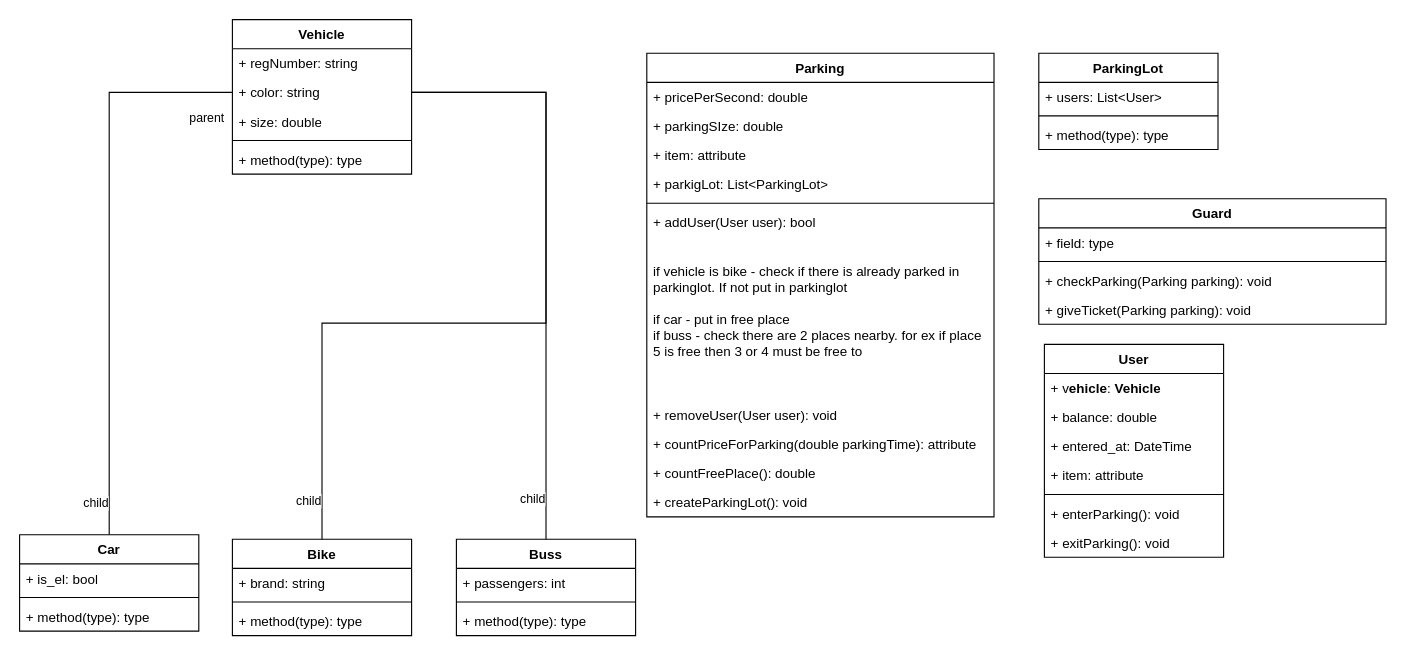
Earlier version of the draw.io diagram Untitled Diagram.drawio (Jamil-Adnan/AssignmentParkinLot). Source tidied: cells renumbered, new cells numbered last; positions are measured from the earlier drawing's top-left corner, leaving out a move shared by most shapes. Both pictures are drawn from the tidied source at 112%, with x=0, y=0 at pixel (19, 19).
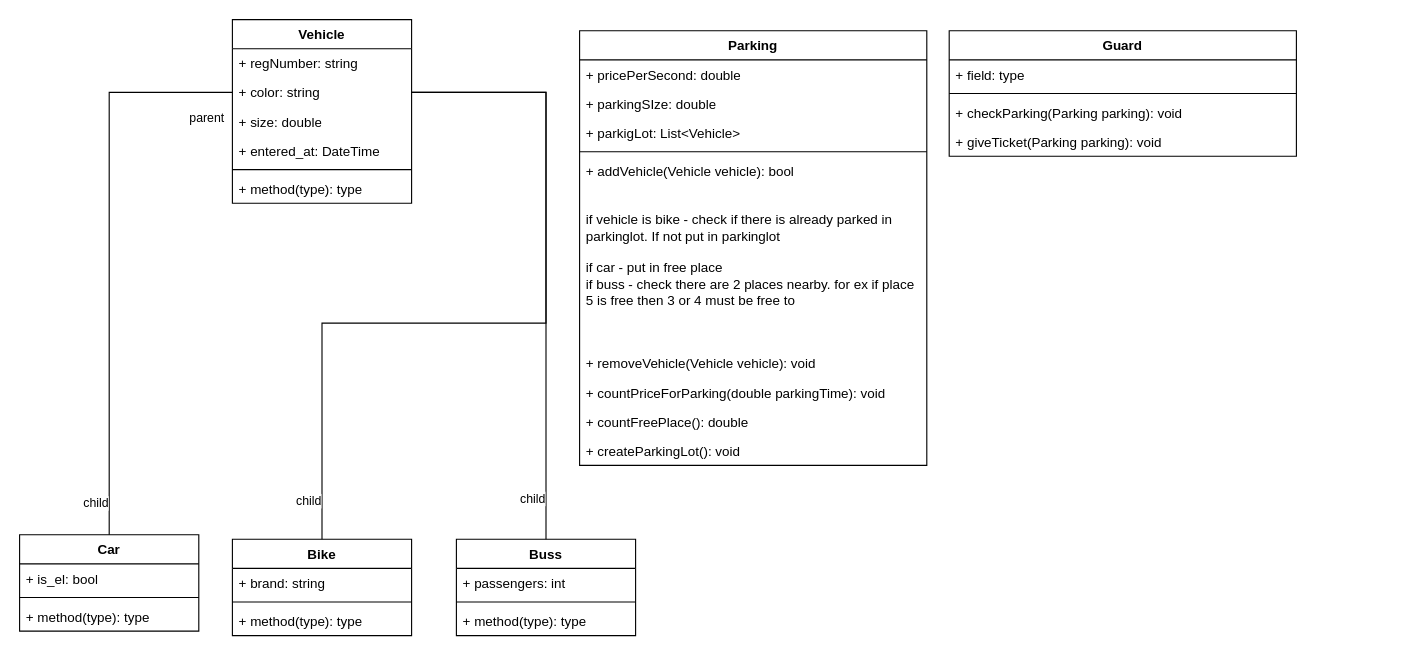
The same diagram, later.

Change to the diagram source:
```diff
@@
     <mxCell id="2" value="Parking" style="swimlane;fontStyle=1;align=center;verticalAlign=top;horizontal=1;startSize=26;whiteSpace=wrap;html=1;" parent="1" vertex="1">
-      <mxGeometry x="560" y="30" width="310" height="414" as="geometry" />
+      <mxGeometry x="500" y="10" width="310" height="388" as="geometry" />
     </mxCell>
@@
-    <mxCell id="5" value="+ item: attribute" style="text;strokeColor=none;fillColor=none;align=left;verticalAlign=top;spacingLeft=4;spacingRight=4;overflow=hidden;whiteSpace=wrap;html=1;" parent="2" vertex="1">
-      <mxGeometry y="78" width="310" height="26" as="geometry" />
-    </mxCell>
-    <mxCell id="6" value="+ parkigLot: List&amp;lt;ParkingLot&amp;gt;" style="text;strokeColor=none;fillColor=none;align=left;verticalAlign=top;spacingLeft=4;spacingRight=4;overflow=hidden;whiteSpace=wrap;html=1;" parent="2" vertex="1">
-      <mxGeometry y="104" width="310" height="26" as="geometry" />
+    <mxCell id="6" value="+ parkigLot: List&amp;lt;Vehicle&amp;gt;" style="text;strokeColor=none;fillColor=none;align=left;verticalAlign=top;spacingLeft=4;spacingRight=4;overflow=hidden;whiteSpace=wrap;html=1;" parent="2" vertex="1">
+      <mxGeometry y="78" width="310" height="26" as="geometry" />
     </mxCell>
     <mxCell id="7" style="line;strokeWidth=1;fillColor=none;align=left;verticalAlign=middle;spacingTop=-1;spacingLeft=3;spacingRight=3;labelPosition=right;strokeColor=inherit;" parent="2" vertex="1">
-      <mxGeometry y="130" width="310" height="8" as="geometry" />
+      <mxGeometry y="104" width="310" height="8" as="geometry" />
     </mxCell>
-    <mxCell id="8" value="+ addUser(User user): bool&lt;div&gt;&lt;span style=&quot;white-space: pre;&quot;&gt;&#9;&lt;/span&gt;&lt;br&gt;&lt;/div&gt;&lt;div&gt;&lt;br&gt;&lt;/div&gt;&lt;div&gt;if vehicle is bike - check if there is already parked in parkinglot. If not put in parkinglot&lt;br&gt;&lt;br&gt;if car - put in free place&lt;/div&gt;&lt;div&gt;if buss - check there are 2 places nearby. for ex if place 5 is free then 3 or 4 must be free to&lt;/div&gt;" style="text;strokeColor=none;fillColor=none;align=left;verticalAlign=top;spacingLeft=4;spacingRight=4;overflow=hidden;whiteSpace=wrap;html=1;" parent="2" vertex="1">
-      <mxGeometry y="138" width="310" height="172" as="geometry" />
+    <mxCell id="8" value="+ addVehicle(Vehicle&amp;nbsp;vehicle): bool&lt;div&gt;&lt;span style=&quot;white-space: pre;&quot;&gt;&#9;&lt;/span&gt;&lt;br&gt;&lt;/div&gt;&lt;div&gt;&lt;br&gt;&lt;/div&gt;&lt;div&gt;if vehicle is bike - check if there is already parked in parkinglot. If not put in parkinglot&lt;br&gt;&lt;br&gt;if car - put in free place&lt;/div&gt;&lt;div&gt;if buss - check there are 2 places nearby. for ex if place 5 is free then 3 or 4 must be free to&lt;/div&gt;" style="text;strokeColor=none;fillColor=none;align=left;verticalAlign=top;spacingLeft=4;spacingRight=4;overflow=hidden;whiteSpace=wrap;html=1;" parent="2" vertex="1">
+      <mxGeometry y="112" width="310" height="172" as="geometry" />
     </mxCell>
-    <mxCell id="9" value="+ removeUser(User user): void&lt;span style=&quot;white-space: pre;&quot;&gt;&#9;&lt;/span&gt;" style="text;strokeColor=none;fillColor=none;align=left;verticalAlign=top;spacingLeft=4;spacingRight=4;overflow=hidden;whiteSpace=wrap;html=1;" parent="2" vertex="1">
-      <mxGeometry y="310" width="310" height="26" as="geometry" />
+    <mxCell id="9" value="+ removeVehicle(Vehicle vehicle): void&lt;span style=&quot;white-space: pre;&quot;&gt;&#9;&lt;/span&gt;" style="text;strokeColor=none;fillColor=none;align=left;verticalAlign=top;spacingLeft=4;spacingRight=4;overflow=hidden;whiteSpace=wrap;html=1;" parent="2" vertex="1">
+      <mxGeometry y="284" width="310" height="26" as="geometry" />
     </mxCell>
-    <mxCell id="10" value="+ countPriceForParking(double parkingTime): attribute" style="text;strokeColor=none;fillColor=none;align=left;verticalAlign=top;spacingLeft=4;spacingRight=4;overflow=hidden;whiteSpace=wrap;html=1;" parent="2" vertex="1">
-      <mxGeometry y="336" width="310" height="26" as="geometry" />
+    <mxCell id="10" value="+ countPriceForParking(double parkingTime): void" style="text;strokeColor=none;fillColor=none;align=left;verticalAlign=top;spacingLeft=4;spacingRight=4;overflow=hidden;whiteSpace=wrap;html=1;" parent="2" vertex="1">
+      <mxGeometry y="310" width="310" height="26" as="geometry" />
     </mxCell>
     <mxCell id="11" value="+ countFreePlace(): double" style="text;strokeColor=none;fillColor=none;align=left;verticalAlign=top;spacingLeft=4;spacingRight=4;overflow=hidden;whiteSpace=wrap;html=1;" parent="2" vertex="1">
-      <mxGeometry y="362" width="310" height="26" as="geometry" />
+      <mxGeometry y="336" width="310" height="26" as="geometry" />
     </mxCell>
     <mxCell id="12" value="+ createParkingLot(): void" style="text;strokeColor=none;fillColor=none;align=left;verticalAlign=top;spacingLeft=4;spacingRight=4;overflow=hidden;whiteSpace=wrap;html=1;" parent="2" vertex="1">
-      <mxGeometry y="388" width="310" height="26" as="geometry" />
+      <mxGeometry y="362" width="310" height="26" as="geometry" />
     </mxCell>
     <mxCell id="13" value="Guard" style="swimlane;fontStyle=1;align=center;verticalAlign=top;horizontal=1;startSize=26;whiteSpace=wrap;html=1;" parent="1" vertex="1">
-      <mxGeometry x="910" y="160" width="310" height="112" as="geometry" />
+      <mxGeometry x="830" y="10" width="310" height="112" as="geometry" />
     </mxCell>
@@
-    <mxCell id="18" value="User" style="swimlane;fontStyle=1;align=center;verticalAlign=top;horizontal=1;startSize=26;whiteSpace=wrap;html=1;" parent="1" vertex="1">
-      <mxGeometry x="915" y="290" width="160" height="190" as="geometry" />
-    </mxCell>
-    <mxCell id="19" value="+ v&lt;span style=&quot;font-weight: 700; text-align: center;&quot;&gt;ehicle&lt;/span&gt;:&amp;nbsp;&lt;span style=&quot;font-weight: 700; text-align: center;&quot;&gt;Vehicle&lt;/span&gt;" style="text;strokeColor=none;fillColor=none;align=left;verticalAlign=top;spacingLeft=4;spacingRight=4;overflow=hidden;whiteSpace=wrap;html=1;" parent="18" vertex="1">
-      <mxGeometry y="26" width="160" height="26" as="geometry" />
-    </mxCell>
-    <mxCell id="20" value="+ balance: double" style="text;strokeColor=none;fillColor=none;align=left;verticalAlign=top;spacingLeft=4;spacingRight=4;overflow=hidden;whiteSpace=wrap;html=1;" parent="18" vertex="1">
-      <mxGeometry y="52" width="160" height="26" as="geometry" />
-    </mxCell>
-    <mxCell id="21" value="+ entered_at: DateTime" style="text;strokeColor=none;fillColor=none;align=left;verticalAlign=top;spacingLeft=4;spacingRight=4;overflow=hidden;whiteSpace=wrap;html=1;" parent="18" vertex="1">
-      <mxGeometry y="78" width="160" height="26" as="geometry" />
-    </mxCell>
-    <mxCell id="22" value="+ item: attribute" style="text;strokeColor=none;fillColor=none;align=left;verticalAlign=top;spacingLeft=4;spacingRight=4;overflow=hidden;whiteSpace=wrap;html=1;" parent="18" vertex="1">
-      <mxGeometry y="104" width="160" height="26" as="geometry" />
-    </mxCell>
-    <mxCell id="23" style="line;strokeWidth=1;fillColor=none;align=left;verticalAlign=middle;spacingTop=-1;spacingLeft=3;spacingRight=3;labelPosition=right;strokeColor=inherit;" parent="18" vertex="1">
-      <mxGeometry y="130" width="160" height="8" as="geometry" />
-    </mxCell>
-    <mxCell id="24" value="+ enterParking(): void" style="text;strokeColor=none;fillColor=none;align=left;verticalAlign=top;spacingLeft=4;spacingRight=4;overflow=hidden;whiteSpace=wrap;html=1;" parent="18" vertex="1">
-      <mxGeometry y="138" width="160" height="26" as="geometry" />
-    </mxCell>
-    <mxCell id="25" value="+ exitParking(): void" style="text;strokeColor=none;fillColor=none;align=left;verticalAlign=top;spacingLeft=4;spacingRight=4;overflow=hidden;whiteSpace=wrap;html=1;" parent="18" vertex="1">
-      <mxGeometry y="164" width="160" height="26" as="geometry" />
-    </mxCell>
     <mxCell id="26" value="Vehicle" style="swimlane;fontStyle=1;align=center;verticalAlign=top;horizontal=1;startSize=26;whiteSpace=wrap;html=1;" parent="1" vertex="1">
-      <mxGeometry x="190" width="160" height="138" as="geometry" />
+      <mxGeometry x="190" width="160" height="164" as="geometry" />
     </mxCell>
@@
+    <mxCell id="21" value="+ entered_at: DateTime" style="text;strokeColor=none;fillColor=none;align=left;verticalAlign=top;spacingLeft=4;spacingRight=4;overflow=hidden;whiteSpace=wrap;html=1;" parent="26" vertex="1">
+      <mxGeometry y="104" width="160" height="26" as="geometry" />
+    </mxCell>
     <mxCell id="30" style="line;strokeWidth=1;fillColor=none;align=left;verticalAlign=middle;spacingTop=-1;spacingLeft=3;spacingRight=3;labelPosition=right;strokeColor=inherit;" parent="26" vertex="1">
-      <mxGeometry y="104" width="160" height="8" as="geometry" />
+      <mxGeometry y="130" width="160" height="8" as="geometry" />
     </mxCell>
     <mxCell id="31" value="+ method(type): type" style="text;strokeColor=none;fillColor=none;align=left;verticalAlign=top;spacingLeft=4;spacingRight=4;overflow=hidden;whiteSpace=wrap;html=1;" parent="26" vertex="1">
-      <mxGeometry y="112" width="160" height="26" as="geometry" />
+      <mxGeometry y="138" width="160" height="26" as="geometry" />
     </mxCell>
@@
-    <mxCell id="51" value="ParkingLot" style="swimlane;fontStyle=1;align=center;verticalAlign=top;horizontal=1;startSize=26;whiteSpace=wrap;html=1;" parent="1" vertex="1">
-      <mxGeometry x="910" y="30" width="160" height="86" as="geometry" />
-    </mxCell>
-    <mxCell id="52" value="+ users: List&amp;lt;User&amp;gt;" style="text;strokeColor=none;fillColor=none;align=left;verticalAlign=top;spacingLeft=4;spacingRight=4;overflow=hidden;whiteSpace=wrap;html=1;" parent="51" vertex="1">
-      <mxGeometry y="26" width="160" height="26" as="geometry" />
-    </mxCell>
-    <mxCell id="53" style="line;strokeWidth=1;fillColor=none;align=left;verticalAlign=middle;spacingTop=-1;spacingLeft=3;spacingRight=3;labelPosition=right;strokeColor=inherit;" parent="51" vertex="1">
-      <mxGeometry y="52" width="160" height="8" as="geometry" />
-    </mxCell>
-    <mxCell id="54" value="+ method(type): type" style="text;strokeColor=none;fillColor=none;align=left;verticalAlign=top;spacingLeft=4;spacingRight=4;overflow=hidden;whiteSpace=wrap;html=1;" parent="51" vertex="1">
-      <mxGeometry y="60" width="160" height="26" as="geometry" />
-    </mxCell>
```
